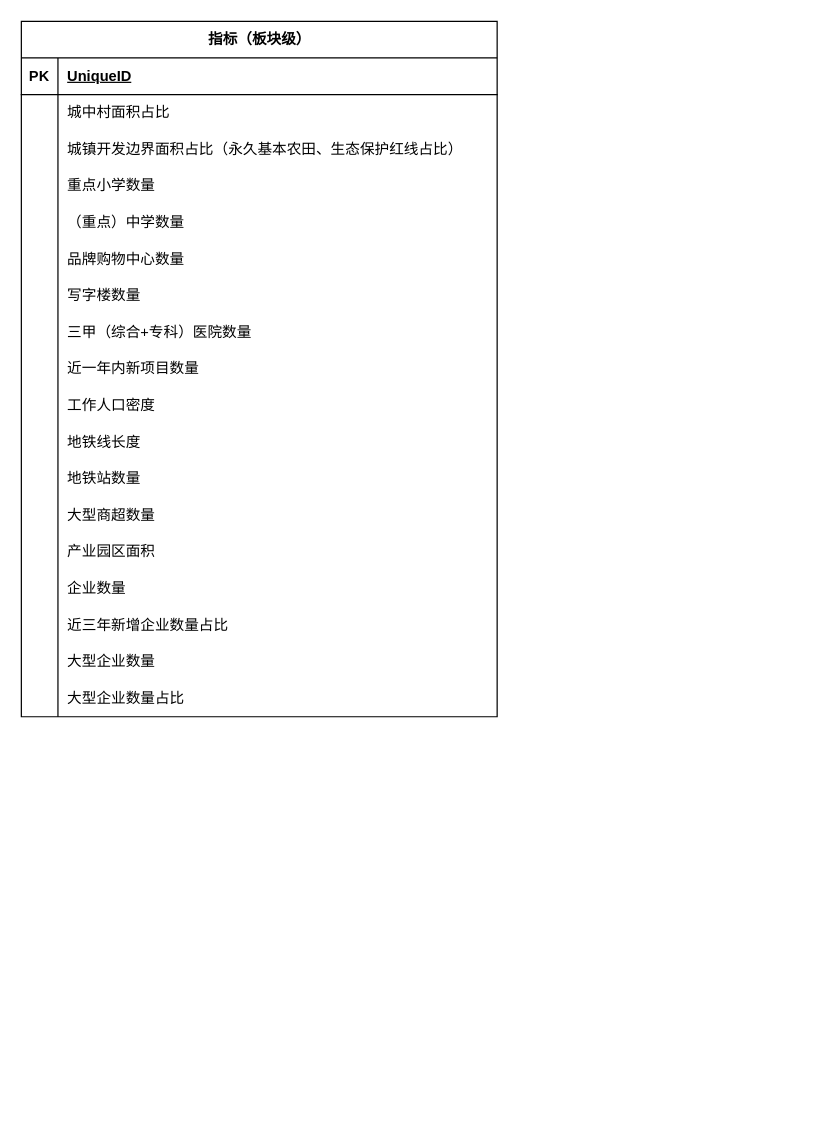
Above: 未命名绘图.drawio in Claudi-cy/Shenzhen_real-estate (draw.io), before the change. Source tidied: cells renumbered, new cells numbered last; positions are measured from the earlier drawing's top-left corner, leaving out a move shared by most shapes. Both pictures are drawn from the tidied source at 122%, with x=0, y=0 at pixel (21, 21).
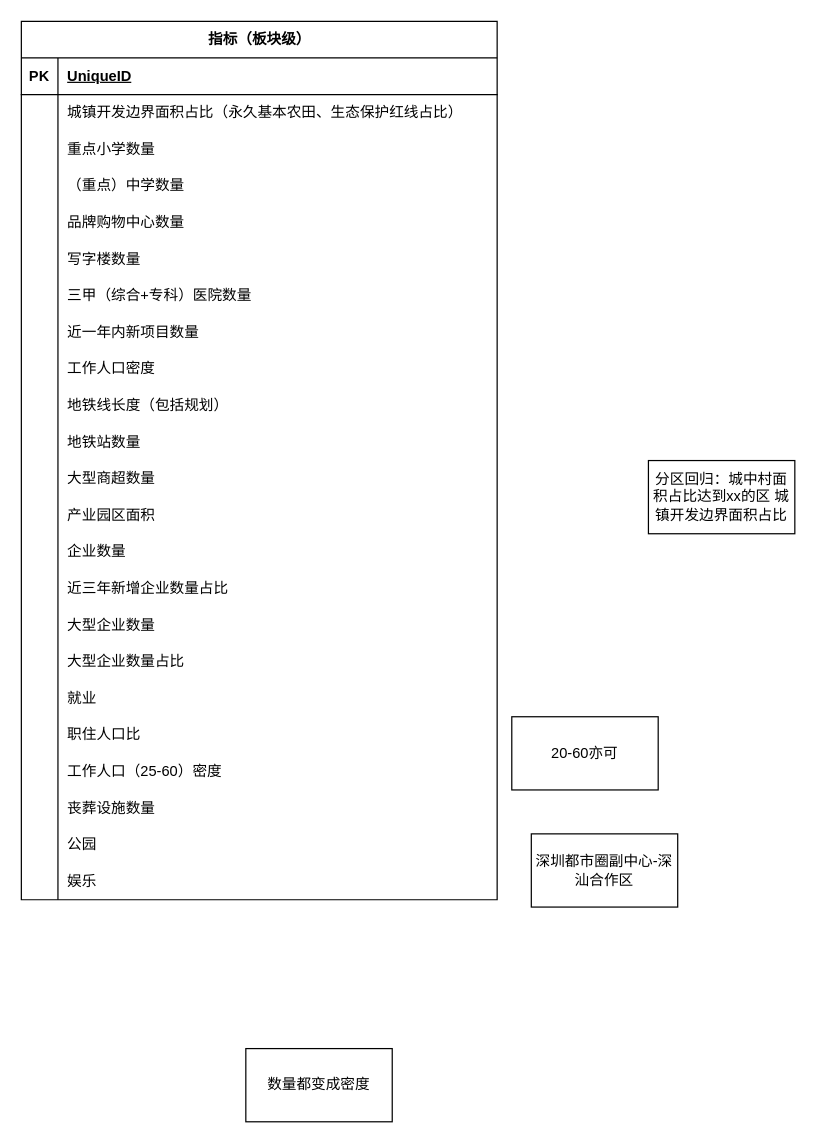
Above is the later version.

Commit message:
更新未命名绘图.drawio

Diff of the diagram source:
```diff
@@
     <mxCell id="2" value="指标（板块级）" style="shape=table;startSize=30;childLayout=tableLayout;rowLines=0;fontStyle=1;align=center;html=1;" parent="1" vertex="1">
-      <mxGeometry width="390" height="570" as="geometry" />
+      <mxGeometry width="390" height="720" as="geometry" />
     </mxCell>
@@
-    <mxCell id="6" style="shape=tableRow;horizontal=0;startSize=0;swimlaneHead=0;swimlaneBody=0;fillColor=none;top=0;left=0;right=0;bottom=0;" parent="2" vertex="1">
-      <mxGeometry y="60" width="390" height="30" as="geometry" />
-    </mxCell>
-    <mxCell id="7" style="shape=partialRectangle;fillColor=none;top=0;left=0;bottom=0;right=0;overflow=hidden;whiteSpace=wrap;html=1;" parent="6" vertex="1">
-      <mxGeometry width="30" height="30" as="geometry" />
-    </mxCell>
-    <mxCell id="8" value="城中村面积占比" style="shape=partialRectangle;fillColor=none;top=0;left=0;bottom=0;right=0;align=left;spacingLeft=6;overflow=hidden;whiteSpace=wrap;html=1;" parent="6" vertex="1">
-      <mxGeometry x="30" width="360" height="30" as="geometry" />
-    </mxCell>
     <mxCell id="9" style="shape=tableRow;horizontal=0;startSize=0;swimlaneHead=0;swimlaneBody=0;fillColor=none;top=0;left=0;right=0;bottom=0;" parent="2" vertex="1">
-      <mxGeometry y="90" width="390" height="30" as="geometry" />
+      <mxGeometry y="60" width="390" height="30" as="geometry" />
     </mxCell>
@@
     <mxCell id="12" style="shape=tableRow;horizontal=0;startSize=0;swimlaneHead=0;swimlaneBody=0;fillColor=none;top=0;left=0;right=0;bottom=0;" parent="2" vertex="1">
-      <mxGeometry y="120" width="390" height="30" as="geometry" />
+      <mxGeometry y="90" width="390" height="30" as="geometry" />
     </mxCell>
@@
     <mxCell id="15" style="shape=tableRow;horizontal=0;startSize=0;swimlaneHead=0;swimlaneBody=0;fillColor=none;top=0;left=0;right=0;bottom=0;" parent="2" vertex="1">
-      <mxGeometry y="150" width="390" height="30" as="geometry" />
+      <mxGeometry y="120" width="390" height="30" as="geometry" />
     </mxCell>
@@
     <mxCell id="18" style="shape=tableRow;horizontal=0;startSize=0;swimlaneHead=0;swimlaneBody=0;fillColor=none;top=0;left=0;right=0;bottom=0;" parent="2" vertex="1">
-      <mxGeometry y="180" width="390" height="30" as="geometry" />
+      <mxGeometry y="150" width="390" height="30" as="geometry" />
     </mxCell>
@@
     <mxCell id="21" style="shape=tableRow;horizontal=0;startSize=0;swimlaneHead=0;swimlaneBody=0;fillColor=none;top=0;left=0;right=0;bottom=0;" parent="2" vertex="1">
-      <mxGeometry y="210" width="390" height="30" as="geometry" />
+      <mxGeometry y="180" width="390" height="30" as="geometry" />
     </mxCell>
@@
     <mxCell id="24" style="shape=tableRow;horizontal=0;startSize=0;swimlaneHead=0;swimlaneBody=0;fillColor=none;top=0;left=0;right=0;bottom=0;" parent="2" vertex="1">
-      <mxGeometry y="240" width="390" height="30" as="geometry" />
+      <mxGeometry y="210" width="390" height="30" as="geometry" />
     </mxCell>
@@
     <mxCell id="27" style="shape=tableRow;horizontal=0;startSize=0;swimlaneHead=0;swimlaneBody=0;fillColor=none;top=0;left=0;right=0;bottom=0;" parent="2" vertex="1">
-      <mxGeometry y="270" width="390" height="30" as="geometry" />
+      <mxGeometry y="240" width="390" height="30" as="geometry" />
     </mxCell>
@@
     <mxCell id="30" style="shape=tableRow;horizontal=0;startSize=0;swimlaneHead=0;swimlaneBody=0;fillColor=none;top=0;left=0;right=0;bottom=0;" parent="2" vertex="1">
-      <mxGeometry y="300" width="390" height="30" as="geometry" />
+      <mxGeometry y="270" width="390" height="30" as="geometry" />
     </mxCell>
@@
     <mxCell id="33" style="shape=tableRow;horizontal=0;startSize=0;swimlaneHead=0;swimlaneBody=0;fillColor=none;top=0;left=0;right=0;bottom=0;" parent="2" vertex="1">
-      <mxGeometry y="330" width="390" height="30" as="geometry" />
+      <mxGeometry y="300" width="390" height="30" as="geometry" />
     </mxCell>
@@
-    <mxCell id="35" value="地铁线长度" style="shape=partialRectangle;fillColor=none;top=0;left=0;bottom=0;right=0;align=left;spacingLeft=6;overflow=hidden;whiteSpace=wrap;html=1;" parent="33" vertex="1">
+    <mxCell id="35" value="地铁线长度（包括规划）" style="shape=partialRectangle;fillColor=none;top=0;left=0;bottom=0;right=0;align=left;spacingLeft=6;overflow=hidden;whiteSpace=wrap;html=1;" parent="33" vertex="1">
       <mxGeometry x="30" width="360" height="30" as="geometry" />
     </mxCell>
     <mxCell id="36" style="shape=tableRow;horizontal=0;startSize=0;swimlaneHead=0;swimlaneBody=0;fillColor=none;top=0;left=0;right=0;bottom=0;" parent="2" vertex="1">
-      <mxGeometry y="360" width="390" height="30" as="geometry" />
+      <mxGeometry y="330" width="390" height="30" as="geometry" />
     </mxCell>
@@
     <mxCell id="39" style="shape=tableRow;horizontal=0;startSize=0;swimlaneHead=0;swimlaneBody=0;fillColor=none;top=0;left=0;right=0;bottom=0;" parent="2" vertex="1">
-      <mxGeometry y="390" width="390" height="30" as="geometry" />
+      <mxGeometry y="360" width="390" height="30" as="geometry" />
     </mxCell>
@@
     <mxCell id="42" style="shape=tableRow;horizontal=0;startSize=0;swimlaneHead=0;swimlaneBody=0;fillColor=none;top=0;left=0;right=0;bottom=0;" parent="2" vertex="1">
-      <mxGeometry y="420" width="390" height="30" as="geometry" />
+      <mxGeometry y="390" width="390" height="30" as="geometry" />
     </mxCell>
@@
     <mxCell id="45" style="shape=tableRow;horizontal=0;startSize=0;swimlaneHead=0;swimlaneBody=0;fillColor=none;top=0;left=0;right=0;bottom=0;" parent="2" vertex="1">
-      <mxGeometry y="450" width="390" height="30" as="geometry" />
+      <mxGeometry y="420" width="390" height="30" as="geometry" />
     </mxCell>
@@
     <mxCell id="48" style="shape=tableRow;horizontal=0;startSize=0;swimlaneHead=0;swimlaneBody=0;fillColor=none;top=0;left=0;right=0;bottom=0;" parent="2" vertex="1">
-      <mxGeometry y="480" width="390" height="30" as="geometry" />
+      <mxGeometry y="450" width="390" height="30" as="geometry" />
     </mxCell>
@@
     <mxCell id="51" style="shape=tableRow;horizontal=0;startSize=0;swimlaneHead=0;swimlaneBody=0;fillColor=none;top=0;left=0;right=0;bottom=0;" parent="2" vertex="1">
-      <mxGeometry y="510" width="390" height="30" as="geometry" />
+      <mxGeometry y="480" width="390" height="30" as="geometry" />
     </mxCell>
@@
     <mxCell id="54" style="shape=tableRow;horizontal=0;startSize=0;swimlaneHead=0;swimlaneBody=0;fillColor=none;top=0;left=0;right=0;bottom=0;" parent="2" vertex="1">
-      <mxGeometry y="540" width="390" height="30" as="geometry" />
+      <mxGeometry y="510" width="390" height="30" as="geometry" />
     </mxCell>
@@
+    <mxCell id="57" style="shape=tableRow;horizontal=0;startSize=0;swimlaneHead=0;swimlaneBody=0;fillColor=none;top=0;left=0;right=0;bottom=0;" parent="2" vertex="1">
+      <mxGeometry y="540" width="390" height="30" as="geometry" />
+    </mxCell>
+    <mxCell id="58" style="shape=partialRectangle;fillColor=none;top=0;left=0;bottom=0;right=0;overflow=hidden;whiteSpace=wrap;html=1;" parent="57" vertex="1">
+      <mxGeometry width="30" height="30" as="geometry" />
+    </mxCell>
+    <mxCell id="59" value="就业" style="shape=partialRectangle;fillColor=none;top=0;left=0;bottom=0;right=0;align=left;spacingLeft=6;overflow=hidden;whiteSpace=wrap;html=1;" parent="57" vertex="1">
+      <mxGeometry x="30" width="360" height="30" as="geometry" />
+    </mxCell>
+    <mxCell id="60" style="shape=tableRow;horizontal=0;startSize=0;swimlaneHead=0;swimlaneBody=0;fillColor=none;top=0;left=0;right=0;bottom=0;" parent="2" vertex="1">
+      <mxGeometry y="570" width="390" height="30" as="geometry" />
+    </mxCell>
+    <mxCell id="61" style="shape=partialRectangle;fillColor=none;top=0;left=0;bottom=0;right=0;overflow=hidden;whiteSpace=wrap;html=1;" parent="60" vertex="1">
+      <mxGeometry width="30" height="30" as="geometry" />
+    </mxCell>
+    <mxCell id="62" value="职住人口比" style="shape=partialRectangle;fillColor=none;top=0;left=0;bottom=0;right=0;align=left;spacingLeft=6;overflow=hidden;whiteSpace=wrap;html=1;" parent="60" vertex="1">
+      <mxGeometry x="30" width="360" height="30" as="geometry" />
+    </mxCell>
+    <mxCell id="63" style="shape=tableRow;horizontal=0;startSize=0;swimlaneHead=0;swimlaneBody=0;fillColor=none;top=0;left=0;right=0;bottom=0;" parent="2" vertex="1">
+      <mxGeometry y="600" width="390" height="30" as="geometry" />
+    </mxCell>
+    <mxCell id="64" style="shape=partialRectangle;fillColor=none;top=0;left=0;bottom=0;right=0;overflow=hidden;whiteSpace=wrap;html=1;" parent="63" vertex="1">
+      <mxGeometry width="30" height="30" as="geometry" />
+    </mxCell>
+    <mxCell id="65" value="工作人口（25-60）密度" style="shape=partialRectangle;fillColor=none;top=0;left=0;bottom=0;right=0;align=left;spacingLeft=6;overflow=hidden;whiteSpace=wrap;html=1;" parent="63" vertex="1">
+      <mxGeometry x="30" width="360" height="30" as="geometry" />
+    </mxCell>
+    <mxCell id="66" style="shape=tableRow;horizontal=0;startSize=0;swimlaneHead=0;swimlaneBody=0;fillColor=none;top=0;left=0;right=0;bottom=0;" parent="2" vertex="1">
+      <mxGeometry y="630" width="390" height="30" as="geometry" />
+    </mxCell>
+    <mxCell id="67" style="shape=partialRectangle;fillColor=none;top=0;left=0;bottom=0;right=0;overflow=hidden;whiteSpace=wrap;html=1;" parent="66" vertex="1">
+      <mxGeometry width="30" height="30" as="geometry" />
+    </mxCell>
+    <mxCell id="68" value="丧葬设施数量" style="shape=partialRectangle;fillColor=none;top=0;left=0;bottom=0;right=0;align=left;spacingLeft=6;overflow=hidden;whiteSpace=wrap;html=1;" parent="66" vertex="1">
+      <mxGeometry x="30" width="360" height="30" as="geometry" />
+    </mxCell>
+    <mxCell id="69" style="shape=tableRow;horizontal=0;startSize=0;swimlaneHead=0;swimlaneBody=0;fillColor=none;top=0;left=0;right=0;bottom=0;" parent="2" vertex="1">
+      <mxGeometry y="660" width="390" height="30" as="geometry" />
+    </mxCell>
+    <mxCell id="70" style="shape=partialRectangle;fillColor=none;top=0;left=0;bottom=0;right=0;overflow=hidden;whiteSpace=wrap;html=1;" parent="69" vertex="1">
+      <mxGeometry width="30" height="30" as="geometry" />
+    </mxCell>
+    <mxCell id="71" value="公园" style="shape=partialRectangle;fillColor=none;top=0;left=0;bottom=0;right=0;align=left;spacingLeft=6;overflow=hidden;whiteSpace=wrap;html=1;" parent="69" vertex="1">
+      <mxGeometry x="30" width="360" height="30" as="geometry" />
+    </mxCell>
+    <mxCell id="72" style="shape=tableRow;horizontal=0;startSize=0;swimlaneHead=0;swimlaneBody=0;fillColor=none;top=0;left=0;right=0;bottom=0;" parent="2" vertex="1">
+      <mxGeometry y="690" width="390" height="30" as="geometry" />
+    </mxCell>
+    <mxCell id="73" style="shape=partialRectangle;fillColor=none;top=0;left=0;bottom=0;right=0;overflow=hidden;whiteSpace=wrap;html=1;" parent="72" vertex="1">
+      <mxGeometry width="30" height="30" as="geometry" />
+    </mxCell>
+    <mxCell id="74" value="娱乐" style="shape=partialRectangle;fillColor=none;top=0;left=0;bottom=0;right=0;align=left;spacingLeft=6;overflow=hidden;whiteSpace=wrap;html=1;" parent="72" vertex="1">
+      <mxGeometry x="30" width="360" height="30" as="geometry" />
+    </mxCell>
+    <mxCell id="75" value="深圳都市圈副中心-深汕合作区" style="rounded=0;whiteSpace=wrap;html=1;" parent="1" vertex="1">
+      <mxGeometry x="418" y="666" width="120" height="60" as="geometry" />
+    </mxCell>
+    <mxCell id="76" value="分区回归：城中村面积占比达到xx的区 城镇开发边界面积占比" style="rounded=0;whiteSpace=wrap;html=1;" parent="1" vertex="1">
+      <mxGeometry x="514" y="360" width="120" height="60" as="geometry" />
+    </mxCell>
+    <mxCell id="77" value="20-60亦可" style="rounded=0;whiteSpace=wrap;html=1;" parent="1" vertex="1">
+      <mxGeometry x="402" y="570" width="120" height="60" as="geometry" />
+    </mxCell>
+    <mxCell id="78" value="数量都变成密度" style="rounded=0;whiteSpace=wrap;html=1;" parent="1" vertex="1">
+      <mxGeometry x="184" y="842" width="120" height="60" as="geometry" />
+    </mxCell>
```
